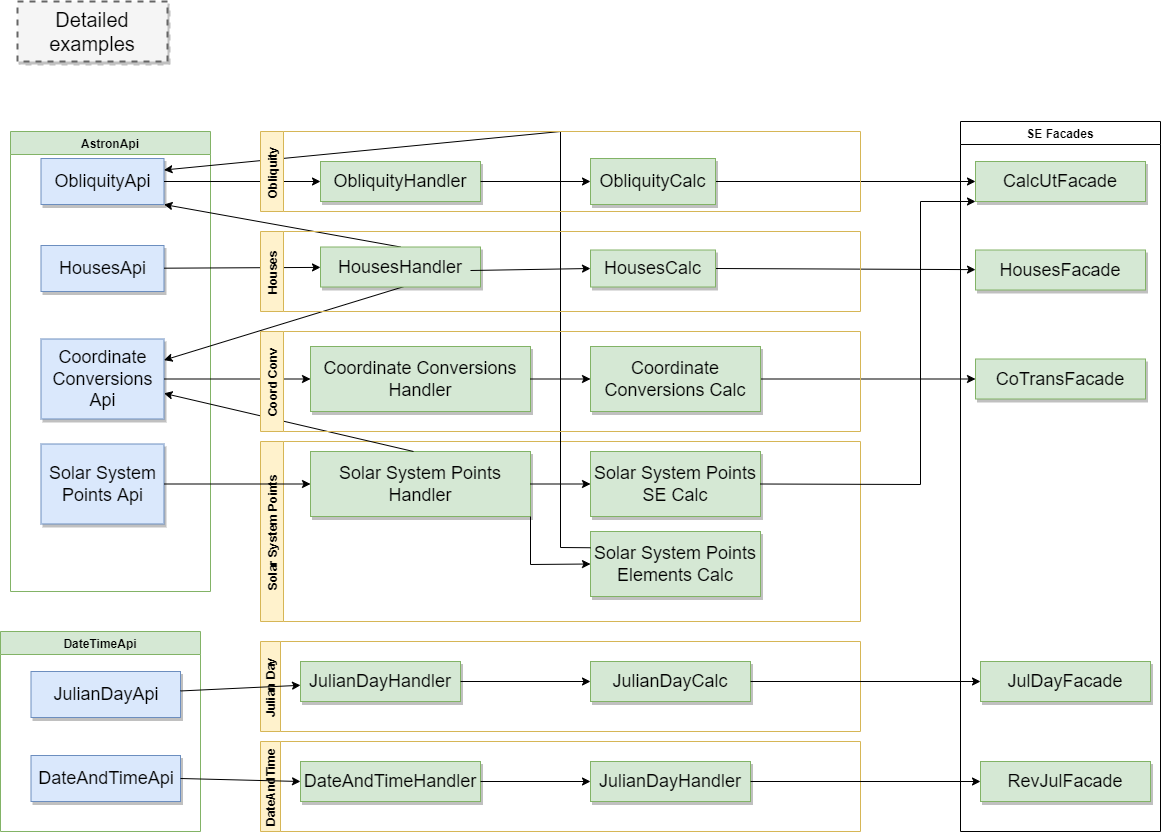
Before: MyDocu/diagrams/Architecture core - details.drawio.png, a diagram exported from draw.io (jankampherbeek/EnigmaSuite). Source tidied: cells renumbered, new cells last; positions are measured from the earlier drawing's top-left corner, leaving out a move shared by most shapes.
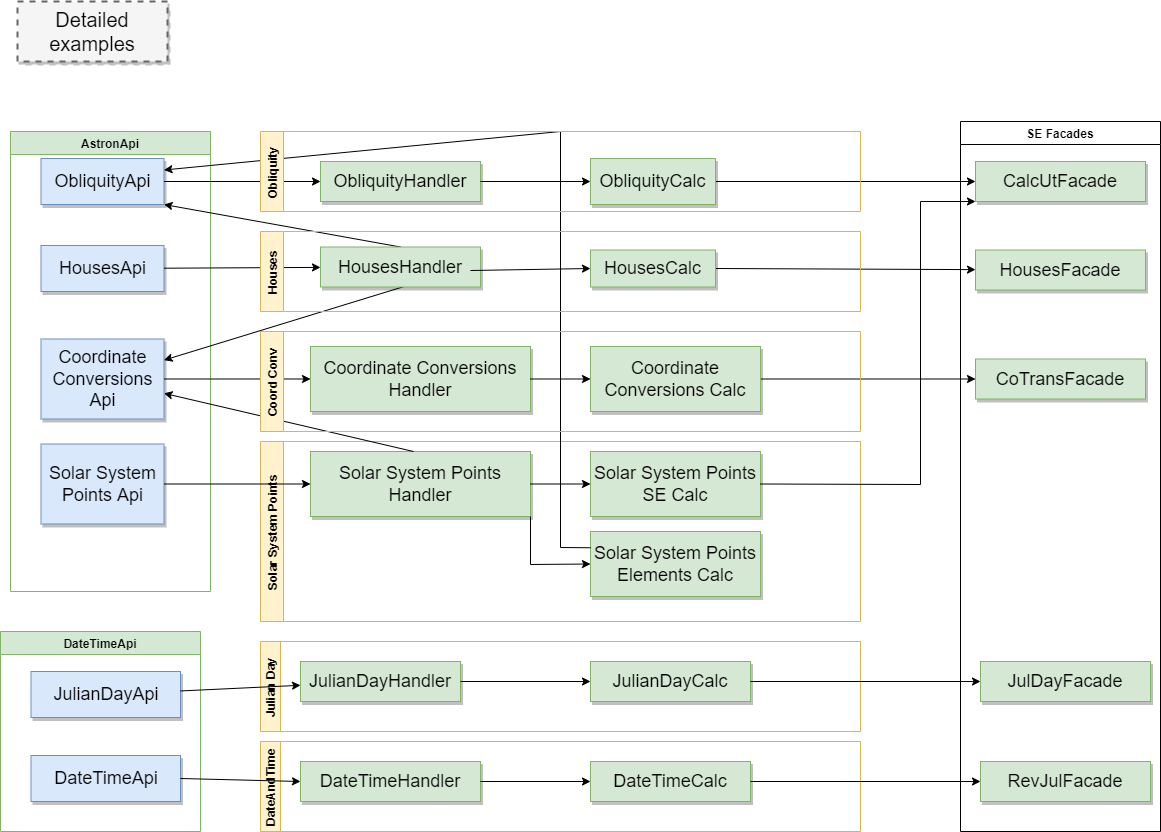
Later version of the same file.

Change to the diagram source:
```diff
@@ -108,7 +108,7 @@
     <mxCell id="31" value="JulianDayApi" style="whiteSpace=wrap;html=1;shadow=1;fontSize=18;fillColor=#dae8fc;strokeColor=#6c8ebf;" parent="30" vertex="1">
       <mxGeometry x="30.5" y="40" width="149.5" height="46" as="geometry" />
     </mxCell>
-    <mxCell id="32" value="DateAndTimeApi" style="whiteSpace=wrap;html=1;shadow=1;fontSize=18;fillColor=#dae8fc;strokeColor=#6c8ebf;" parent="30" vertex="1">
+    <mxCell id="32" value="DateTimeApi" style="whiteSpace=wrap;html=1;shadow=1;fontSize=18;fillColor=#dae8fc;strokeColor=#6c8ebf;" parent="30" vertex="1">
       <mxGeometry x="30.5" y="124" width="149.5" height="46" as="geometry" />
     </mxCell>
     <mxCell id="33" value="Julian Day" style="swimlane;horizontal=0;startSize=20;fillColor=#fff2cc;strokeColor=#d6b656;swimlaneFillColor=none;gradientColor=none;" parent="1" vertex="1">
@@ -126,10 +126,10 @@
     <mxCell id="37" value="DateAndTime" style="swimlane;horizontal=0;startSize=20;fillColor=#fff2cc;strokeColor=#d6b656;" parent="1" vertex="1">
       <mxGeometry x="260" y="740" width="600" height="90" as="geometry" />
     </mxCell>
-    <mxCell id="38" value="DateAndTimeHandler" style="whiteSpace=wrap;html=1;shadow=1;fontSize=18;fillColor=#d5e8d4;strokeColor=#82b366;" parent="37" vertex="1">
+    <mxCell id="38" value="DateTimeHandler" style="whiteSpace=wrap;html=1;shadow=1;fontSize=18;fillColor=#d5e8d4;strokeColor=#82b366;" parent="37" vertex="1">
       <mxGeometry x="40" y="20" width="180" height="40" as="geometry" />
     </mxCell>
-    <mxCell id="39" value="JulianDayHandler" style="whiteSpace=wrap;html=1;shadow=1;fontSize=18;fillColor=#d5e8d4;strokeColor=#82b366;" parent="37" vertex="1">
+    <mxCell id="39" value="DateTimeCalc" style="whiteSpace=wrap;html=1;shadow=1;fontSize=18;fillColor=#d5e8d4;strokeColor=#82b366;" parent="37" vertex="1">
       <mxGeometry x="330" y="20" width="160" height="40" as="geometry" />
     </mxCell>
     <mxCell id="40" style="endArrow=classic;html=1;rounded=0;exitX=1;exitY=0.5;exitDx=0;exitDy=0;" parent="37" edge="1" source="38" target="39">
```
